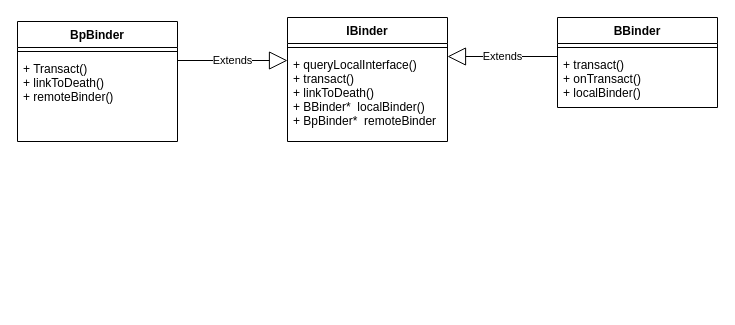
Above: binder/diagram/libbinder class relationship.drawio in cuijpus/Android (draw.io), before the change. Source tidied: cells renumbered, new cells numbered last; positions are measured from the earlier drawing's top-left corner, leaving out a move shared by most shapes. Both pictures are drawn from the tidied source at 100%, with x=0, y=0 at pixel (17, 17).
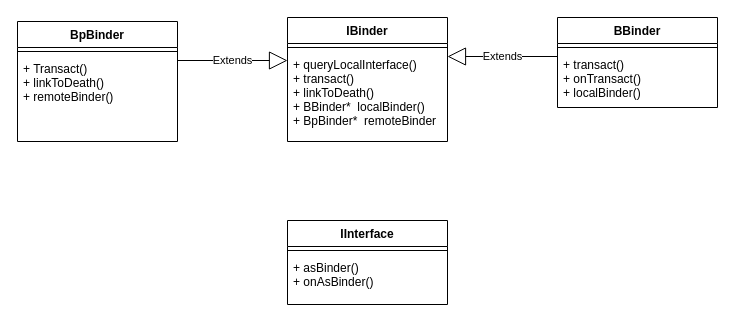
The same diagram, later.

Change to the diagram source:
```diff
@@
 <mxGraphModel>
   <root>
     <mxCell id="0" />
     <mxCell id="1" parent="0" />
     <mxCell id="2" value="IBinder" style="swimlane;fontStyle=1;align=center;verticalAlign=top;horizontal=1;startSize=26;" parent="1" vertex="1">
       <mxGeometry x="270" width="160" height="124" as="geometry" />
     </mxCell>
     <mxCell id="3" value="Extends" style="endArrow=block;endSize=16;endFill=0;html=1;exitX=1;exitY=0.5;exitDx=0;exitDy=0;" parent="2" edge="1">
       <mxGeometry relative="1" as="geometry">
         <mxPoint x="-110" y="43" as="sourcePoint" />
         <mxPoint y="43" as="targetPoint" />
       </mxGeometry>
     </mxCell>
     <mxCell id="4" style="line;strokeWidth=1;fillColor=none;align=left;verticalAlign=middle;spacingTop=-1;spacingLeft=3;spacingRight=3;labelPosition=right;" parent="2" vertex="1">
       <mxGeometry y="26" width="160" height="8" as="geometry" />
     </mxCell>
     <mxCell id="5" value="+ queryLocalInterface()&#10;+ transact()&#10;+ linkToDeath()&#10;+ BBinder*  localBinder()&#10;+ BpBinder*  remoteBinder" style="text;strokeColor=none;fillColor=none;align=left;verticalAlign=top;spacingLeft=4;spacingRight=4;overflow=hidden;" parent="2" vertex="1">
       <mxGeometry y="34" width="160" height="90" as="geometry" />
     </mxCell>
     <mxCell id="6" value="BpBinder" style="swimlane;fontStyle=1;align=center;verticalAlign=top;horizontal=1;startSize=26;" parent="1" vertex="1">
       <mxGeometry y="4" width="160" height="120" as="geometry" />
     </mxCell>
     <mxCell id="7" style="line;strokeWidth=1;fillColor=none;align=left;verticalAlign=middle;spacingTop=-1;spacingLeft=3;spacingRight=3;labelPosition=right;" parent="6" vertex="1">
       <mxGeometry y="26" width="160" height="8" as="geometry" />
     </mxCell>
     <mxCell id="8" value="+ Transact()&#10;+ linkToDeath()&#10;+ remoteBinder()&#10;" style="text;strokeColor=none;fillColor=none;align=left;verticalAlign=top;spacingLeft=4;spacingRight=4;overflow=hidden;" parent="6" vertex="1">
       <mxGeometry y="34" width="160" height="86" as="geometry" />
     </mxCell>
     <mxCell id="9" value="BBinder&#10;&#10;" style="swimlane;fontStyle=1;align=center;verticalAlign=top;horizontal=1;startSize=26;" parent="1" vertex="1">
       <mxGeometry x="540" width="160" height="90" as="geometry" />
     </mxCell>
     <mxCell id="10" style="line;strokeWidth=1;fillColor=none;align=left;verticalAlign=middle;spacingTop=-1;spacingLeft=3;spacingRight=3;labelPosition=right;" parent="9" vertex="1">
       <mxGeometry y="26" width="160" height="8" as="geometry" />
     </mxCell>
     <mxCell id="11" value="+ transact()&#10;+ onTransact()&#10;+ localBinder()&#10;" style="text;strokeColor=none;fillColor=none;align=left;verticalAlign=top;spacingLeft=4;spacingRight=4;overflow=hidden;" parent="9" vertex="1">
       <mxGeometry y="34" width="160" height="56" as="geometry" />
     </mxCell>
     <mxCell id="12" value="Extends" style="endArrow=block;endSize=16;endFill=0;html=1;entryX=1;entryY=0.5;entryDx=0;entryDy=0;exitX=0;exitY=0.5;exitDx=0;exitDy=0;" parent="1" edge="1">
       <mxGeometry relative="1" as="geometry">
         <mxPoint x="540" y="39" as="sourcePoint" />
         <mxPoint x="430" y="39" as="targetPoint" />
       </mxGeometry>
     </mxCell>
+    <mxCell id="13" value="IInterface&#10;&#10;" style="swimlane;fontStyle=1;align=center;verticalAlign=top;horizontal=1;startSize=26;" parent="1" vertex="1">
+      <mxGeometry x="270" y="203" width="160" height="84" as="geometry" />
+    </mxCell>
+    <mxCell id="14" style="line;strokeWidth=1;fillColor=none;align=left;verticalAlign=middle;spacingTop=-1;spacingLeft=3;spacingRight=3;labelPosition=right;" parent="13" vertex="1">
+      <mxGeometry y="26" width="160" height="8" as="geometry" />
+    </mxCell>
+    <mxCell id="15" value="+ asBinder()&#10;+ onAsBinder()&#10;" style="text;strokeColor=none;fillColor=none;align=left;verticalAlign=top;spacingLeft=4;spacingRight=4;overflow=hidden;" parent="13" vertex="1">
+      <mxGeometry y="34" width="160" height="50" as="geometry" />
+    </mxCell>
   </root>
 </mxGraphModel>
```
